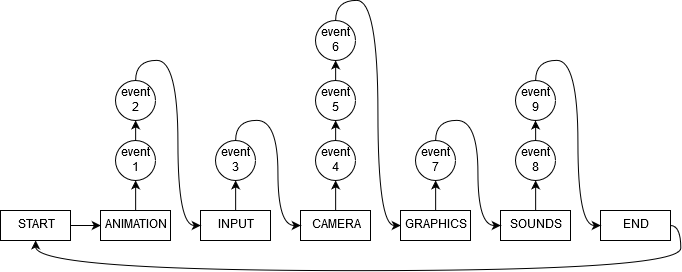
Before: Documentation/Images/prioritytypes.png, a diagram exported from draw.io (AnnexGameDev/Annex). Source tidied: cells renumbered, new cells last; positions are measured from the earlier drawing's top-left corner, leaving out a move shared by most shapes. Its diagram source:
```xml
<mxGraphModel>
  <root>
    <mxCell id="0" />
    <mxCell id="1" parent="0" />
    <mxCell id="2" style="edgeStyle=orthogonalEdgeStyle;curved=1;rounded=0;jettySize=auto;html=1;exitX=1;exitY=0.5;exitDx=0;exitDy=0;entryX=0;entryY=0.5;entryDx=0;entryDy=0;" parent="1" edge="1" source="3" target="5">
      <mxGeometry relative="1" as="geometry" />
    </mxCell>
    <mxCell id="3" value="START" style="rounded=0;whiteSpace=wrap;html=1;" parent="1" vertex="1">
      <mxGeometry y="190" width="70" height="30" as="geometry" />
    </mxCell>
    <mxCell id="4" style="edgeStyle=none;rounded=0;jettySize=auto;html=1;exitX=0.5;exitY=0;exitDx=0;exitDy=0;entryX=0.5;entryY=1;entryDx=0;entryDy=0;" parent="1" edge="1" source="5" target="18">
      <mxGeometry relative="1" as="geometry" />
    </mxCell>
    <mxCell id="5" value="ANIMATION" style="rounded=0;whiteSpace=wrap;html=1;" parent="1" vertex="1">
      <mxGeometry x="100" y="190" width="70" height="30" as="geometry" />
    </mxCell>
    <mxCell id="6" style="edgeStyle=orthogonalEdgeStyle;curved=1;rounded=0;jettySize=auto;html=1;exitX=0.5;exitY=0;exitDx=0;exitDy=0;entryX=0.5;entryY=1;entryDx=0;entryDy=0;" parent="1" edge="1" source="7" target="33">
      <mxGeometry relative="1" as="geometry" />
    </mxCell>
    <mxCell id="7" value="SOUNDS" style="rounded=0;whiteSpace=wrap;html=1;" parent="1" vertex="1">
      <mxGeometry x="500" y="190" width="70" height="30" as="geometry" />
    </mxCell>
    <mxCell id="8" style="edgeStyle=orthogonalEdgeStyle;curved=1;rounded=0;jettySize=auto;html=1;exitX=1;exitY=0.5;exitDx=0;exitDy=0;entryX=0.5;entryY=1;entryDx=0;entryDy=0;" parent="1" edge="1" source="9" target="3">
      <mxGeometry relative="1" as="geometry">
        <Array as="points">
          <mxPoint x="680" y="205" />
          <mxPoint x="680" y="250" />
          <mxPoint x="35" y="250" />
        </Array>
      </mxGeometry>
    </mxCell>
    <mxCell id="9" value="END" style="rounded=0;whiteSpace=wrap;html=1;" parent="1" vertex="1">
      <mxGeometry x="600" y="190" width="70" height="30" as="geometry" />
    </mxCell>
    <mxCell id="10" style="edgeStyle=orthogonalEdgeStyle;curved=1;rounded=0;jettySize=auto;html=1;exitX=0.5;exitY=0;exitDx=0;exitDy=0;entryX=0.5;entryY=1;entryDx=0;entryDy=0;" parent="1" edge="1" source="12" target="22">
      <mxGeometry relative="1" as="geometry" />
    </mxCell>
    <mxCell id="11" style="edgeStyle=orthogonalEdgeStyle;curved=1;rounded=0;jettySize=auto;html=1;exitX=0.5;exitY=0;exitDx=0;exitDy=0;entryX=0;entryY=0.5;entryDx=0;entryDy=0;" parent="1" edge="1" source="25" target="16">
      <mxGeometry relative="1" as="geometry" />
    </mxCell>
    <mxCell id="12" value="CAMERA" style="rounded=0;whiteSpace=wrap;html=1;" parent="1" vertex="1">
      <mxGeometry x="300" y="190" width="70" height="30" as="geometry" />
    </mxCell>
    <mxCell id="13" style="edgeStyle=orthogonalEdgeStyle;curved=1;rounded=0;jettySize=auto;html=1;exitX=0.5;exitY=0;exitDx=0;exitDy=0;entryX=0.5;entryY=1;entryDx=0;entryDy=0;" parent="1" edge="1" source="14" target="20">
      <mxGeometry relative="1" as="geometry" />
    </mxCell>
    <mxCell id="14" value="INPUT" style="rounded=0;whiteSpace=wrap;html=1;" parent="1" vertex="1">
      <mxGeometry x="200" y="190" width="70" height="30" as="geometry" />
    </mxCell>
    <mxCell id="15" style="edgeStyle=orthogonalEdgeStyle;curved=1;rounded=0;jettySize=auto;html=1;exitX=0.5;exitY=0;exitDx=0;exitDy=0;entryX=0.5;entryY=1;entryDx=0;entryDy=0;" parent="1" edge="1" source="16" target="29">
      <mxGeometry relative="1" as="geometry" />
    </mxCell>
    <mxCell id="16" value="GRAPHICS" style="rounded=0;whiteSpace=wrap;html=1;" parent="1" vertex="1">
      <mxGeometry x="400" y="190" width="70" height="30" as="geometry" />
    </mxCell>
    <mxCell id="17" style="edgeStyle=none;rounded=0;jettySize=auto;html=1;exitX=0.5;exitY=0;exitDx=0;exitDy=0;entryX=0.5;entryY=1;entryDx=0;entryDy=0;" parent="1" edge="1" source="18" target="24">
      <mxGeometry relative="1" as="geometry" />
    </mxCell>
    <mxCell id="18" value="event 1" style="ellipse;whiteSpace=wrap;html=1;" parent="1" vertex="1">
      <mxGeometry x="115" y="120" width="40" height="40" as="geometry" />
    </mxCell>
    <mxCell id="19" style="edgeStyle=orthogonalEdgeStyle;curved=1;rounded=0;jettySize=auto;html=1;exitX=0.5;exitY=0;exitDx=0;exitDy=0;entryX=0;entryY=0.5;entryDx=0;entryDy=0;" parent="1" edge="1" source="20" target="12">
      <mxGeometry relative="1" as="geometry" />
    </mxCell>
    <mxCell id="20" value="event 3" style="ellipse;whiteSpace=wrap;html=1;" parent="1" vertex="1">
      <mxGeometry x="215" y="120" width="40" height="40" as="geometry" />
    </mxCell>
    <mxCell id="21" style="edgeStyle=orthogonalEdgeStyle;curved=1;rounded=0;jettySize=auto;html=1;exitX=0.5;exitY=0;exitDx=0;exitDy=0;entryX=0.5;entryY=1;entryDx=0;entryDy=0;" parent="1" edge="1" source="22" target="27">
      <mxGeometry relative="1" as="geometry" />
    </mxCell>
    <mxCell id="22" value="event 4" style="ellipse;whiteSpace=wrap;html=1;" parent="1" vertex="1">
      <mxGeometry x="315" y="120" width="40" height="40" as="geometry" />
    </mxCell>
    <mxCell id="23" style="edgeStyle=orthogonalEdgeStyle;rounded=0;jettySize=auto;html=1;exitX=0.5;exitY=0;exitDx=0;exitDy=0;entryX=0;entryY=0.5;entryDx=0;entryDy=0;curved=1;" parent="1" edge="1" source="24" target="14">
      <mxGeometry relative="1" as="geometry" />
    </mxCell>
    <mxCell id="24" value="event 2" style="ellipse;whiteSpace=wrap;html=1;" parent="1" vertex="1">
      <mxGeometry x="115" y="60" width="40" height="40" as="geometry" />
    </mxCell>
    <mxCell id="25" value="event 6" style="ellipse;whiteSpace=wrap;html=1;" parent="1" vertex="1">
      <mxGeometry x="315" width="40" height="40" as="geometry" />
    </mxCell>
    <mxCell id="26" style="edgeStyle=orthogonalEdgeStyle;curved=1;rounded=0;jettySize=auto;html=1;exitX=0.5;exitY=0;exitDx=0;exitDy=0;entryX=0.5;entryY=1;entryDx=0;entryDy=0;" parent="1" edge="1" source="27" target="25">
      <mxGeometry relative="1" as="geometry" />
    </mxCell>
    <mxCell id="27" value="event 5" style="ellipse;whiteSpace=wrap;html=1;" parent="1" vertex="1">
      <mxGeometry x="315" y="60" width="40" height="40" as="geometry" />
    </mxCell>
    <mxCell id="28" style="edgeStyle=orthogonalEdgeStyle;curved=1;rounded=0;jettySize=auto;html=1;exitX=0.5;exitY=0;exitDx=0;exitDy=0;entryX=0;entryY=0.5;entryDx=0;entryDy=0;" parent="1" edge="1" source="29" target="7">
      <mxGeometry relative="1" as="geometry" />
    </mxCell>
    <mxCell id="29" value="event 7" style="ellipse;whiteSpace=wrap;html=1;" parent="1" vertex="1">
      <mxGeometry x="415" y="120" width="40" height="40" as="geometry" />
    </mxCell>
    <mxCell id="30" style="edgeStyle=orthogonalEdgeStyle;curved=1;rounded=0;jettySize=auto;html=1;exitX=0.5;exitY=0;exitDx=0;exitDy=0;entryX=0;entryY=0.5;entryDx=0;entryDy=0;" parent="1" edge="1" source="31" target="9">
      <mxGeometry relative="1" as="geometry" />
    </mxCell>
    <mxCell id="31" value="event 9" style="ellipse;whiteSpace=wrap;html=1;" parent="1" vertex="1">
      <mxGeometry x="515" y="60" width="40" height="40" as="geometry" />
    </mxCell>
    <mxCell id="32" style="edgeStyle=orthogonalEdgeStyle;curved=1;rounded=0;jettySize=auto;html=1;exitX=0.5;exitY=0;exitDx=0;exitDy=0;" parent="1" edge="1" source="33" target="31">
      <mxGeometry relative="1" as="geometry" />
    </mxCell>
    <mxCell id="33" value="event 8" style="ellipse;whiteSpace=wrap;html=1;" parent="1" vertex="1">
      <mxGeometry x="515" y="120" width="40" height="40" as="geometry" />
    </mxCell>
  </root>
</mxGraphModel>
```
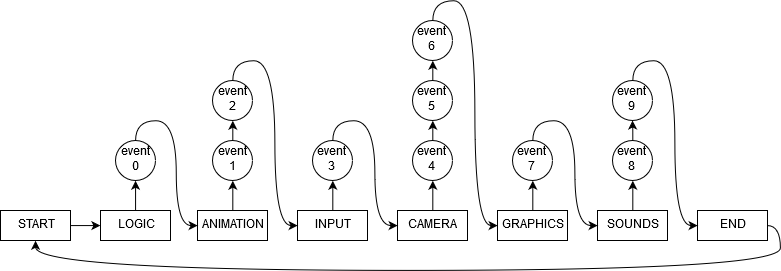
After the commit.

Change to the diagram source:
```diff
@@ -6,13 +6,13 @@
       <mxGeometry relative="1" as="geometry" />
     </mxCell>
     <mxCell id="3" value="START" style="rounded=0;whiteSpace=wrap;html=1;" parent="1" vertex="1">
-      <mxGeometry y="190" width="70" height="30" as="geometry" />
+      <mxGeometry x="-97" y="190" width="70" height="30" as="geometry" />
     </mxCell>
-    <mxCell id="4" style="edgeStyle=none;rounded=0;jettySize=auto;html=1;exitX=0.5;exitY=0;exitDx=0;exitDy=0;entryX=0.5;entryY=1;entryDx=0;entryDy=0;" parent="1" edge="1" source="5" target="18">
-      <mxGeometry relative="1" as="geometry" />
-    </mxCell>
+    <mxCell id="34" style="edgeStyle=orthogonalEdgeStyle;rounded=0;jettySize=auto;html=1;exitX=0.5;exitY=0;exitDx=0;exitDy=0;entryX=0.5;entryY=1;entryDx=0;entryDy=0;" parent="1" edge="1" source="5" target="38">
+      <mxGeometry relative="1" as="geometry" />
+    </mxCell>
-    <mxCell id="5" value="ANIMATION" style="rounded=0;whiteSpace=wrap;html=1;" parent="1" vertex="1">
-      <mxGeometry x="100" y="190" width="70" height="30" as="geometry" />
+    <mxCell id="5" value="LOGIC" style="rounded=0;whiteSpace=wrap;html=1;" parent="1" vertex="1">
+      <mxGeometry x="3" y="190" width="70" height="30" as="geometry" />
     </mxCell>
     <mxCell id="6" style="edgeStyle=orthogonalEdgeStyle;curved=1;rounded=0;jettySize=auto;html=1;exitX=0.5;exitY=0;exitDx=0;exitDy=0;entryX=0.5;entryY=1;entryDx=0;entryDy=0;" parent="1" edge="1" source="7" target="33">
       <mxGeometry relative="1" as="geometry" />
@@ -23,9 +23,9 @@
     <mxCell id="8" style="edgeStyle=orthogonalEdgeStyle;curved=1;rounded=0;jettySize=auto;html=1;exitX=1;exitY=0.5;exitDx=0;exitDy=0;entryX=0.5;entryY=1;entryDx=0;entryDy=0;" parent="1" edge="1" source="9" target="3">
       <mxGeometry relative="1" as="geometry">
         <Array as="points">
-          <mxPoint x="680" y="205" />
-          <mxPoint x="680" y="250" />
-          <mxPoint x="35" y="250" />
+          <mxPoint x="683" y="205" />
+          <mxPoint x="683" y="250" />
+          <mxPoint x="-62" y="250" />
         </Array>
       </mxGeometry>
     </mxCell>
@@ -104,5 +104,17 @@
     <mxCell id="33" value="event 8" style="ellipse;whiteSpace=wrap;html=1;" parent="1" vertex="1">
       <mxGeometry x="515" y="120" width="40" height="40" as="geometry" />
     </mxCell>
+    <mxCell id="35" style="edgeStyle=orthogonalEdgeStyle;curved=1;rounded=0;jettySize=auto;html=1;exitX=0.5;exitY=0;exitDx=0;exitDy=0;entryX=0.5;entryY=1;entryDx=0;entryDy=0;" parent="1" edge="1" source="36" target="18">
+      <mxGeometry relative="1" as="geometry" />
+    </mxCell>
+    <mxCell id="36" value="ANIMATION" style="rounded=0;whiteSpace=wrap;html=1;" parent="1" vertex="1">
+      <mxGeometry x="100" y="190" width="70" height="30" as="geometry" />
+    </mxCell>
+    <mxCell id="37" style="edgeStyle=orthogonalEdgeStyle;rounded=0;jettySize=auto;html=1;exitX=0.5;exitY=0;exitDx=0;exitDy=0;entryX=0;entryY=0.5;entryDx=0;entryDy=0;curved=1;" parent="1" edge="1" source="38" target="36">
+      <mxGeometry relative="1" as="geometry" />
+    </mxCell>
+    <mxCell id="38" value="event 0" style="ellipse;whiteSpace=wrap;html=1;" parent="1" vertex="1">
+      <mxGeometry x="18" y="120" width="40" height="40" as="geometry" />
+    </mxCell>
   </root>
 </mxGraphModel>
```
